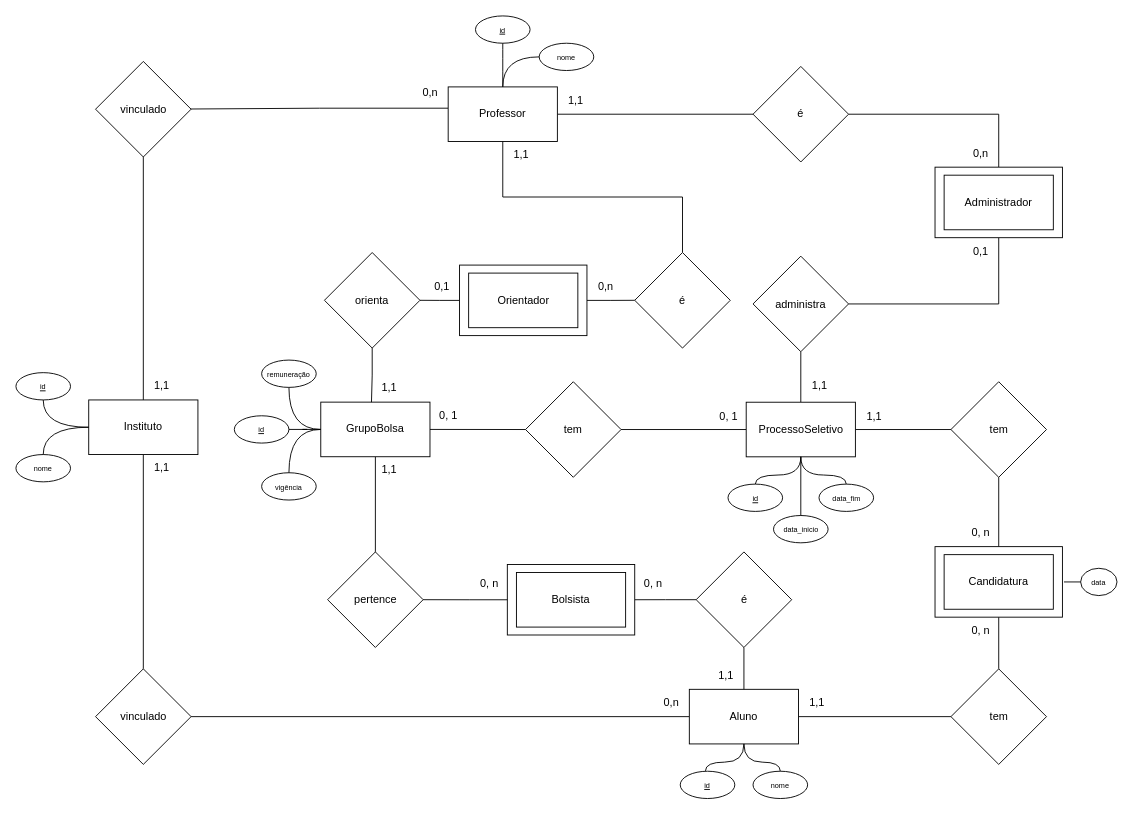
This is Diagrama sem nome.drawio from malucsta/gerenciamento-de-bolsas, a draw.io file, before an edit. Source tidied: cells renumbered, new cells numbered last; positions are measured from the earlier drawing's top-left corner, leaving out a move shared by most shapes. Both pictures are drawn from the tidied source at 91%, with x=0, y=0 at pixel (15, 15).
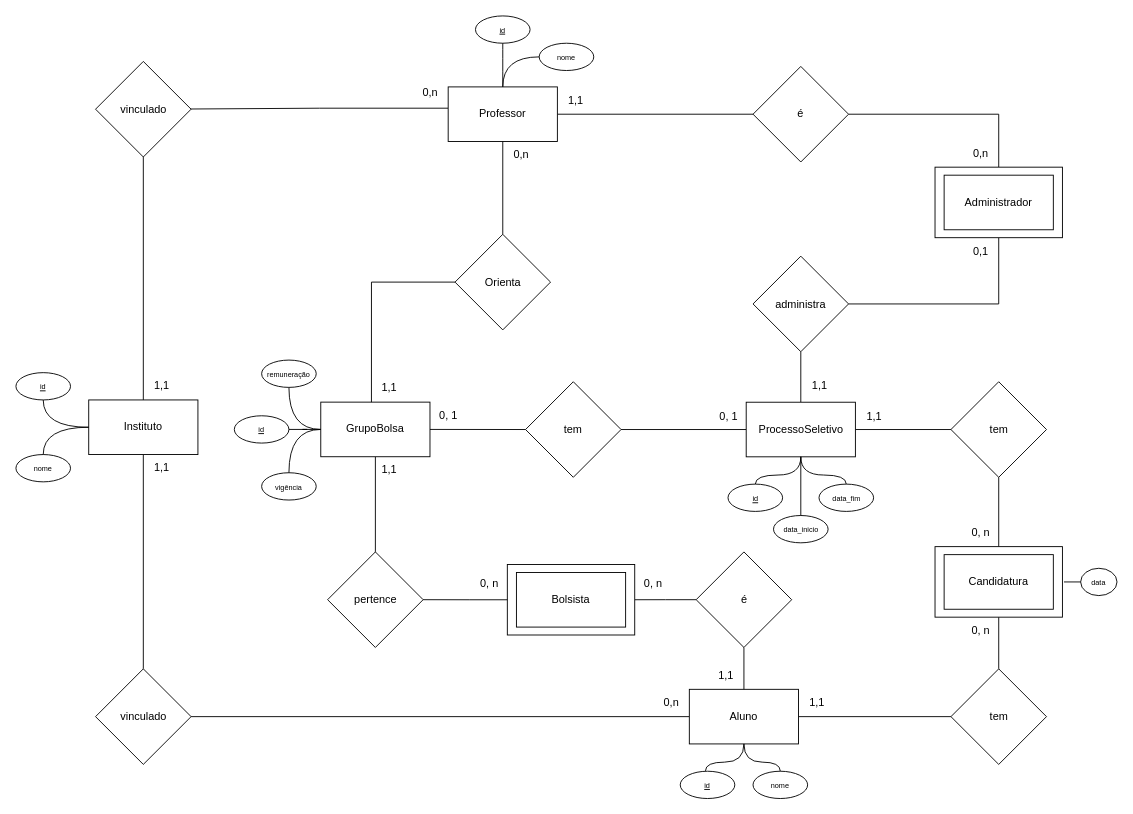
The same page after the edit.

Commit message:
Refatorando entidade de Orientador para relação

Unchanged cells that the change refers to:
```xml
<mxCell id="53" style="group;" parent="1" vertex="1">
  <mxGeometry x="435" width="200" height="168" as="geometry" />
</mxCell>
<mxCell id="54" value="Professor" style="rounded=0;whiteSpace=wrap;html=1;" parent="53" vertex="1">
  <mxGeometry x="40" y="78" width="120" height="60" as="geometry" />
</mxCell>
```

Change to the diagram source:
```diff
@@
-    <mxCell id="15" value="orienta" style="rhombus;whiteSpace=wrap;html=1;" parent="1" vertex="1">
-      <mxGeometry x="339" y="260" width="105" height="105" as="geometry" />
+    <mxCell id="15" value="Orienta" style="rhombus;whiteSpace=wrap;html=1;" parent="1" vertex="1">
+      <mxGeometry x="482.5" y="240" width="105" height="105" as="geometry" />
     </mxCell>
@@
-    <mxCell id="57" value="1,1" style="text;html=1;align=center;verticalAlign=middle;strokeColor=none;fillColor=none;" parent="53" vertex="1">
+    <mxCell id="57" value="0,n" style="text;html=1;align=center;verticalAlign=middle;strokeColor=none;fillColor=none;" parent="53" vertex="1">
       <mxGeometry x="100" y="138" width="40" height="30" as="geometry" />
     </mxCell>
@@
-    <mxCell id="81" style="edgeStyle=orthogonalEdgeStyle;rounded=0;jettySize=auto;html=1;exitX=0.5;exitY=0;exitDx=0;exitDy=0;entryX=0.5;entryY=1;entryDx=0;entryDy=0;fontFamily=Helvetica;fontSize=12;fontColor=default;endArrow=none;endFill=0;" parent="1" edge="1" source="82" target="54">
+    <mxCell id="81" style="edgeStyle=orthogonalEdgeStyle;rounded=0;jettySize=auto;html=1;entryX=0.5;entryY=1;entryDx=0;entryDy=0;fontFamily=Helvetica;fontSize=12;fontColor=default;endArrow=none;endFill=0;" parent="1" edge="1" source="15" target="54">
       <mxGeometry relative="1" as="geometry" />
     </mxCell>
-    <mxCell id="82" value="é" style="rhombus;whiteSpace=wrap;html=1;" parent="1" vertex="1">
-      <mxGeometry x="680" y="260" width="105" height="105" as="geometry" />
-    </mxCell>
-    <mxCell id="83" style="edgeStyle=orthogonalEdgeStyle;rounded=0;jettySize=auto;html=1;entryX=1;entryY=0.5;entryDx=0;entryDy=0;fontFamily=Helvetica;fontSize=12;fontColor=default;endArrow=none;endFill=0;" parent="1" edge="1" source="106" target="15">
-      <mxGeometry relative="1" as="geometry" />
-    </mxCell>
-    <mxCell id="84" style="edgeStyle=orthogonalEdgeStyle;rounded=0;jettySize=auto;html=1;entryX=0;entryY=0.5;entryDx=0;entryDy=0;fontFamily=Helvetica;fontSize=12;fontColor=default;endArrow=none;endFill=0;" parent="1" edge="1" source="106" target="82">
-      <mxGeometry relative="1" as="geometry" />
-    </mxCell>
@@
-    <mxCell id="103" style="group;" parent="1" vertex="1">
-      <mxGeometry x="447.5" y="273.8" width="220" height="77.5" as="geometry" />
-    </mxCell>
-    <mxCell id="104" style="group;" parent="103" vertex="1">
-      <mxGeometry x="40" width="140" height="77.5" as="geometry" />
-    </mxCell>
-    <mxCell id="105" style="group;" parent="104" vertex="1">
-      <mxGeometry width="140" height="77.5" as="geometry" />
-    </mxCell>
-    <mxCell id="106" style="rounded=0;whiteSpace=wrap;html=1;" parent="105" vertex="1">
-      <mxGeometry width="140" height="77.5" as="geometry" />
-    </mxCell>
-    <mxCell id="107" value="Orientador" style="rounded=0;whiteSpace=wrap;html=1;" parent="105" vertex="1">
-      <mxGeometry x="10" y="8.8" width="120" height="60" as="geometry" />
-    </mxCell>
-    <mxCell id="108" value="0,1" style="text;html=1;align=center;verticalAlign=middle;strokeColor=none;fillColor=none;" parent="103" vertex="1">
-      <mxGeometry y="9.5" width="40" height="30" as="geometry" />
-    </mxCell>
-    <mxCell id="109" value="0,n" style="text;html=1;align=center;verticalAlign=middle;strokeColor=none;fillColor=none;" parent="103" vertex="1">
-      <mxGeometry x="180" y="9.5" width="40" height="30" as="geometry" />
-    </mxCell>
```
